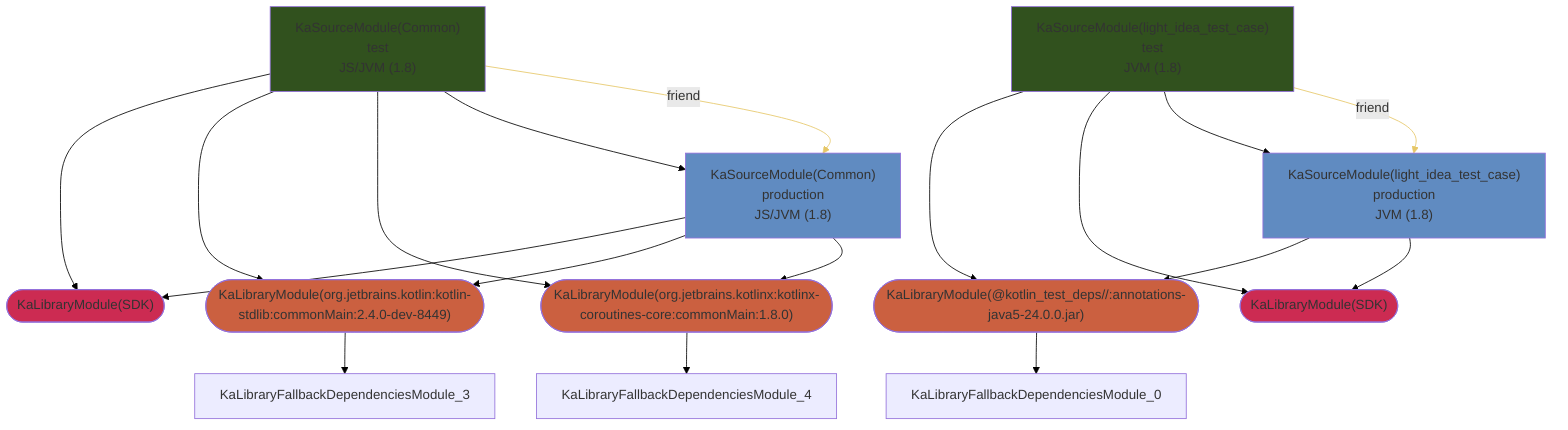
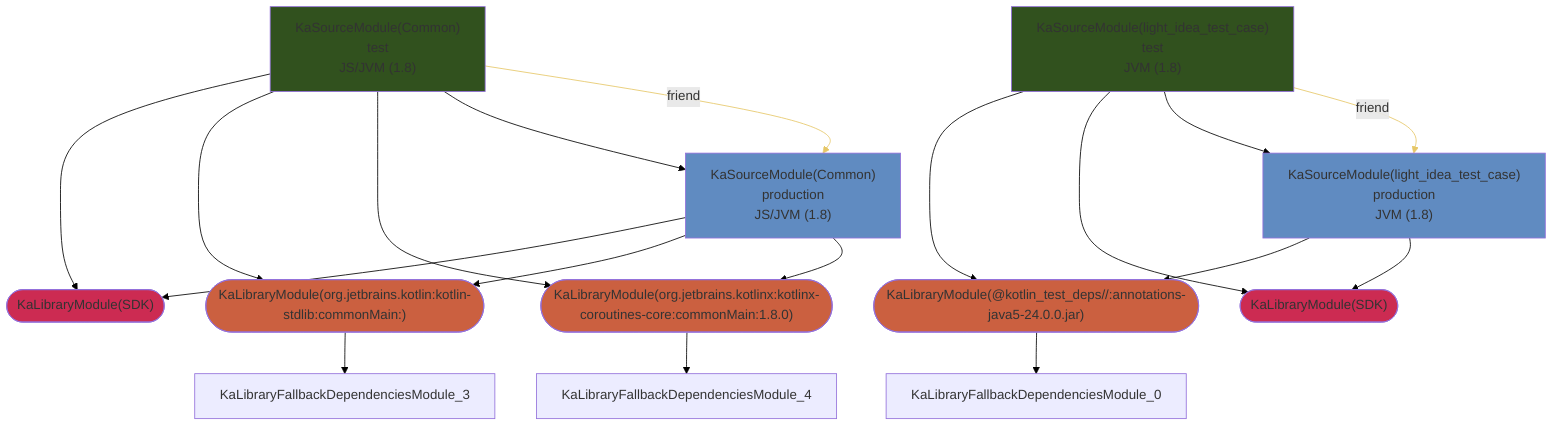
graph TD
  KaLibraryModule_0(["KaLibraryModule(@kotlin_test_deps//:annotations-java5-24.0.0.jar)"])
  KaLibraryModule_1(["KaLibraryModule(SDK)"])
  KaLibraryModule_2(["KaLibraryModule(SDK)"])
-   KaLibraryModule_3(["KaLibraryModule(org.jetbrains.kotlin:kotlin-stdlib:commonMain:2.4.0-dev-8449)"])
+   KaLibraryModule_3(["KaLibraryModule(org.jetbrains.kotlin:kotlin-stdlib:commonMain:<kgp_version>)"])
  KaLibraryModule_4(["KaLibraryModule(org.jetbrains.kotlinx:kotlinx-coroutines-core:commonMain:1.8.0)"])
  KaSourceModule_5["KaSourceModule(Common)<br />production<br />JS/JVM (1.8)"]
  KaSourceModule_6["KaSourceModule(Common)<br />test<br />JS/JVM (1.8)"]
  KaSourceModule_7["KaSourceModule(light_idea_test_case)<br />production<br />JVM (1.8)"]
  KaSourceModule_8["KaSourceModule(light_idea_test_case)<br />test<br />JVM (1.8)"]
  style KaLibraryModule_0 fill:#CB6040
  style KaLibraryModule_1 fill:#CC2B52
  style KaLibraryModule_2 fill:#CC2B52
  style KaLibraryModule_3 fill:#CB6040
  style KaLibraryModule_4 fill:#CB6040
  style KaSourceModule_5 fill:#608BC1
  style KaSourceModule_6 fill:#31511E
  style KaSourceModule_7 fill:#608BC1
  style KaSourceModule_8 fill:#31511E
  KaLibraryModule_0 --> KaLibraryFallbackDependenciesModule_0
  KaLibraryModule_3 --> KaLibraryFallbackDependenciesModule_3
  KaLibraryModule_4 --> KaLibraryFallbackDependenciesModule_4
  KaSourceModule_5 --> KaLibraryModule_1
  KaSourceModule_5 --> KaLibraryModule_3
  KaSourceModule_5 --> KaLibraryModule_4
  KaSourceModule_6 --> KaLibraryModule_1
  KaSourceModule_6 --> KaLibraryModule_3
  KaSourceModule_6 --> KaLibraryModule_4
  KaSourceModule_6 --> KaSourceModule_5
  KaSourceModule_7 --> KaLibraryModule_0
  KaSourceModule_7 --> KaLibraryModule_2
  KaSourceModule_8 --> KaLibraryModule_0
  KaSourceModule_8 --> KaLibraryModule_2
  KaSourceModule_8 --> KaSourceModule_7
  KaSourceModule_6 --friend--> KaSourceModule_5
  KaSourceModule_8 --friend--> KaSourceModule_7
  linkStyle 0 stroke:black
  linkStyle 1 stroke:black
  linkStyle 2 stroke:black
  linkStyle 3 stroke:black
  linkStyle 4 stroke:black
  linkStyle 5 stroke:black
  linkStyle 6 stroke:black
  linkStyle 7 stroke:black
  linkStyle 8 stroke:black
  linkStyle 9 stroke:black
  linkStyle 10 stroke:black
  linkStyle 11 stroke:black
  linkStyle 12 stroke:black
  linkStyle 13 stroke:black
  linkStyle 14 stroke:black
  linkStyle 15 stroke:#E6C767
  linkStyle 16 stroke:#E6C767
